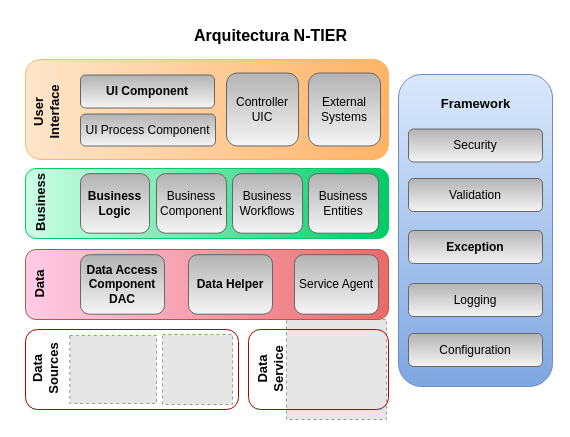
EdisonV5329/Grupo5_CodeMasters keeps this draw.io diagram as Grupo5_AssistControl/design/DiagramaArq.drawio. Above is the earlier version. Source tidied: cells renumbered, new cells numbered last; positions are measured from the earlier drawing's top-left corner, leaving out a move shared by most shapes. Both pictures are drawn from the tidied source at 100%, with x=0, y=0 at pixel (0, 19). Pictures stored in the file or linked from it are replaced by grey dashed boxes.
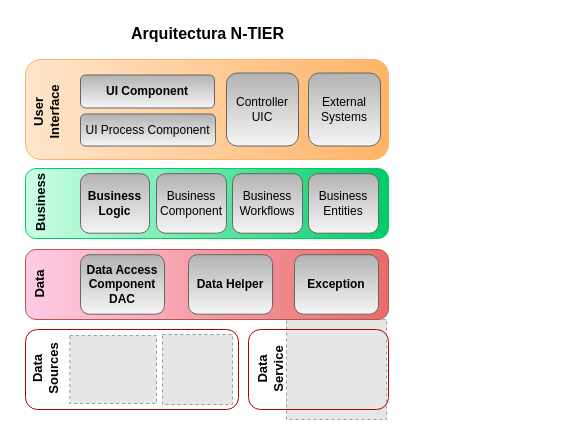
The same page after the edit.

Change to the diagram source:
```diff
@@
-    <mxCell id="6" style="rounded=1;whiteSpace=wrap;html=1;fillColor=#dae8fc;strokeColor=#6c8ebf;gradientColor=#7ea6e0;gradientDirection=south;" parent="1" vertex="1">
-      <mxGeometry x="398" y="55" width="154" height="312" as="geometry" />
-    </mxCell>
@@
-    <mxCell id="21" value="&lt;font color=&quot;#000000&quot;&gt;Service Agent&lt;br&gt;&lt;/font&gt;" style="rounded=1;whiteSpace=wrap;html=1;strokeColor=#666666;fillColor=#f5f5f5;gradientDirection=north;gradientColor=#b3b3b3;" parent="1" vertex="1">
+    <mxCell id="21" value="&lt;b style=&quot;color: rgb(0, 0, 0);&quot;&gt;Exception&lt;/b&gt;&lt;font color=&quot;#000000&quot;&gt;&lt;br&gt;&lt;/font&gt;" style="rounded=1;whiteSpace=wrap;html=1;strokeColor=#666666;fillColor=#f5f5f5;gradientDirection=north;gradientColor=#b3b3b3;" parent="1" vertex="1">
       <mxGeometry x="294" y="235.2" width="84" height="59.5" as="geometry" />
     </mxCell>
-    <mxCell id="22" value="&lt;b&gt;Framework&lt;/b&gt;" style="text;html=1;align=center;verticalAlign=middle;strokeColor=none;fillColor=none;fontSize=13;fontColor=#000000;" parent="1" vertex="1">
-      <mxGeometry x="430" y="68.5" width="90" height="30" as="geometry" />
-    </mxCell>
-    <mxCell id="23" value="&lt;font color=&quot;#000000&quot;&gt;Security&lt;/font&gt;" style="rounded=1;whiteSpace=wrap;html=1;strokeColor=#666666;fillColor=#f5f5f5;gradientDirection=north;gradientColor=#b3b3b3;" parent="1" vertex="1">
-      <mxGeometry x="408" y="109.5" width="134" height="33" as="geometry" />
-    </mxCell>
-    <mxCell id="24" value="&lt;font color=&quot;#000000&quot;&gt;Validation&lt;/font&gt;" style="rounded=1;whiteSpace=wrap;html=1;strokeColor=#666666;fillColor=#f5f5f5;gradientDirection=north;gradientColor=#b3b3b3;" parent="1" vertex="1">
-      <mxGeometry x="408" y="159" width="134" height="33" as="geometry" />
-    </mxCell>
-    <mxCell id="25" value="&lt;font color=&quot;#000000&quot;&gt;&lt;b&gt;Exception&lt;/b&gt;&lt;/font&gt;" style="rounded=1;whiteSpace=wrap;html=1;strokeColor=#666666;fillColor=#f5f5f5;gradientDirection=north;gradientColor=#b3b3b3;" parent="1" vertex="1">
-      <mxGeometry x="408" y="211" width="134" height="33" as="geometry" />
-    </mxCell>
-    <mxCell id="26" value="&lt;font color=&quot;#000000&quot;&gt;Logging&lt;/font&gt;" style="rounded=1;whiteSpace=wrap;html=1;strokeColor=#666666;fillColor=#f5f5f5;gradientDirection=north;gradientColor=#b3b3b3;" parent="1" vertex="1">
-      <mxGeometry x="408" y="264" width="134" height="33" as="geometry" />
-    </mxCell>
-    <mxCell id="27" value="&lt;font color=&quot;#000000&quot;&gt;Configuration&lt;/font&gt;" style="rounded=1;whiteSpace=wrap;html=1;strokeColor=#666666;fillColor=#f5f5f5;gradientDirection=north;gradientColor=#b3b3b3;" parent="1" vertex="1">
-      <mxGeometry x="408" y="314" width="134" height="33" as="geometry" />
-    </mxCell>
@@
     <mxCell id="34" value="&lt;b&gt;&lt;font style=&quot;font-size: 16px;&quot;&gt;Arquitectura N-TIER&lt;/font&gt;&lt;/b&gt;" style="text;html=1;align=center;verticalAlign=middle;strokeColor=none;fillColor=none;fontSize=13;fontColor=#000000;" parent="1" vertex="1">
-      <mxGeometry x="184.5" width="171" height="31" as="geometry" />
+      <mxGeometry x="121" y="-2" width="171" height="31" as="geometry" />
     </mxCell>
```
